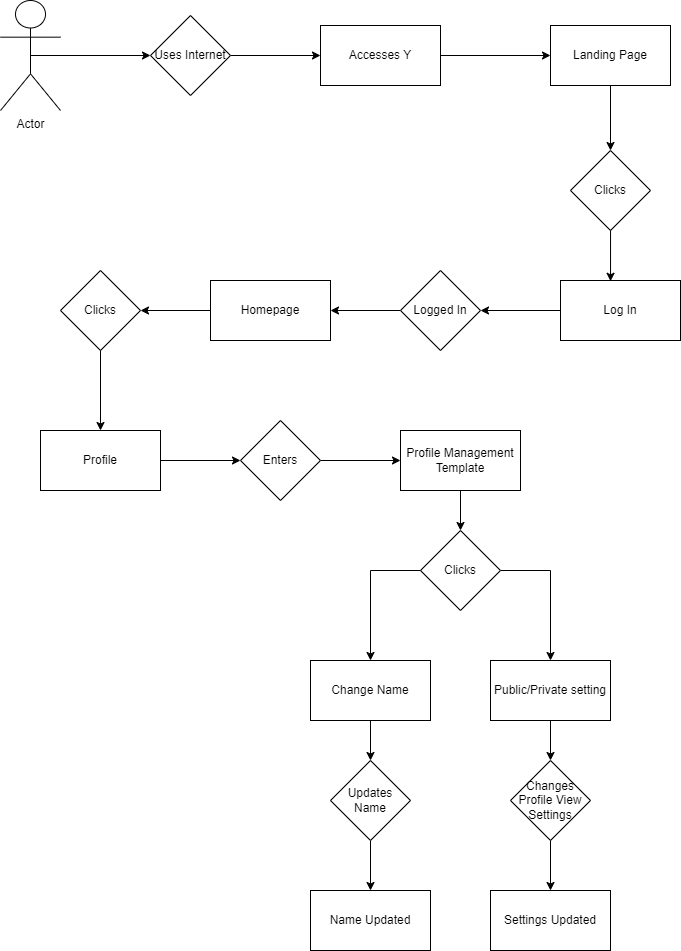
Before: Modeling/Use_Cases/Use_case_7_account_management.drawio.png, a diagram exported from draw.io (Tirian33/facebook_like). Source tidied: cells renumbered, new cells last; positions are measured from the earlier drawing's top-left corner, leaving out a move shared by most shapes.
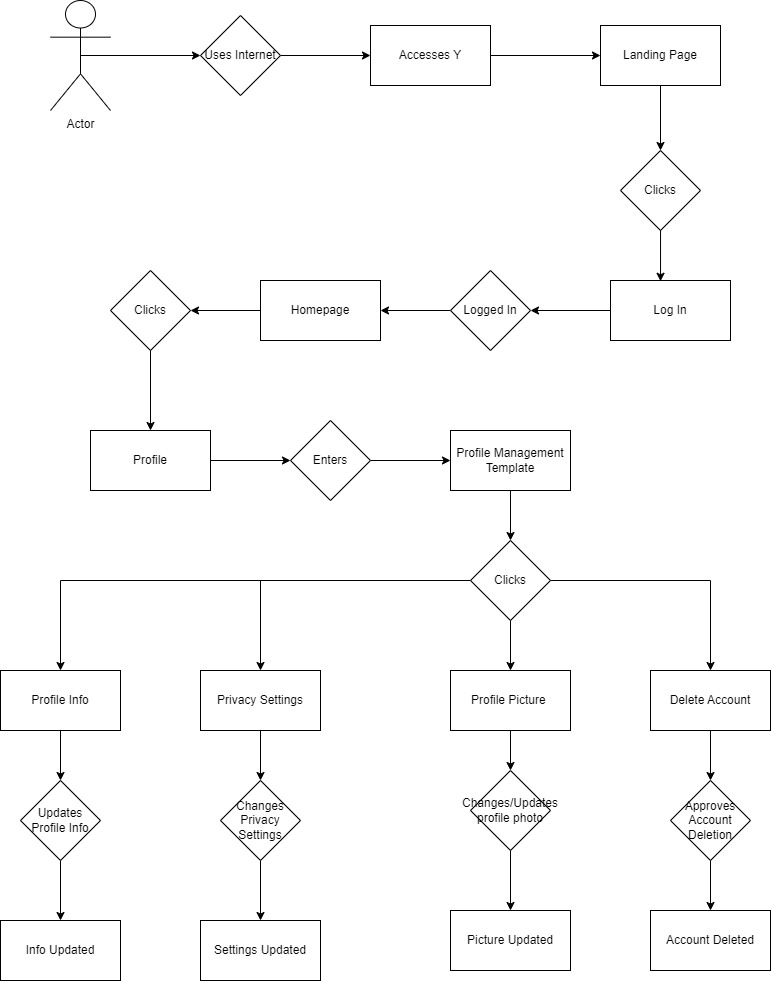
The same diagram one commit later.

Commit message:
Use case 7 updated

The edit, as a diff of the source:
```diff
@@ -74,52 +74,80 @@
     <mxCell id="25" value="Profile Management Template" style="rounded=0;whiteSpace=wrap;html=1;" parent="1" vertex="1">
       <mxGeometry x="400" y="430" width="120" height="60" as="geometry" />
     </mxCell>
-    <mxCell id="26" style="edgeStyle=orthogonalEdgeStyle;rounded=0;jettySize=auto;html=1;entryX=0.5;entryY=0;entryDx=0;entryDy=0;" parent="1" edge="1" source="28" target="32">
-      <mxGeometry relative="1" as="geometry">
-        <Array as="points">
-          <mxPoint x="370" y="570" />
-        </Array>
-      </mxGeometry>
+    <mxCell id="26" style="edgeStyle=orthogonalEdgeStyle;rounded=0;jettySize=auto;html=1;" parent="1" edge="1" source="28" target="32">
+      <mxGeometry relative="1" as="geometry" />
     </mxCell>
-    <mxCell id="27" style="edgeStyle=orthogonalEdgeStyle;rounded=0;jettySize=auto;html=1;" parent="1" edge="1" source="28" target="30">
-      <mxGeometry relative="1" as="geometry">
-        <Array as="points">
-          <mxPoint x="550" y="570" />
-        </Array>
-      </mxGeometry>
+    <mxCell id="27" style="edgeStyle=orthogonalEdgeStyle;rounded=0;jettySize=auto;html=1;entryX=0.5;entryY=0;entryDx=0;entryDy=0;" parent="1" edge="1" source="28" target="30">
+      <mxGeometry relative="1" as="geometry" />
     </mxCell>
+    <mxCell id="39" style="edgeStyle=orthogonalEdgeStyle;rounded=0;jettySize=auto;html=1;entryX=0.5;entryY=0;entryDx=0;entryDy=0;" parent="1" edge="1" source="28" target="47">
+      <mxGeometry relative="1" as="geometry" />
+    </mxCell>
+    <mxCell id="40" style="edgeStyle=orthogonalEdgeStyle;rounded=0;jettySize=auto;html=1;" parent="1" edge="1" source="28" target="42">
+      <mxGeometry relative="1" as="geometry" />
+    </mxCell>
     <mxCell id="28" value="Clicks" style="rhombus;whiteSpace=wrap;html=1;" parent="1" vertex="1">
-      <mxGeometry x="420" y="530" width="80" height="80" as="geometry" />
+      <mxGeometry x="420" y="540" width="80" height="80" as="geometry" />
     </mxCell>
     <mxCell id="29" style="edgeStyle=orthogonalEdgeStyle;rounded=0;jettySize=auto;html=1;entryX=0.5;entryY=0;entryDx=0;entryDy=0;" parent="1" edge="1" source="30" target="36">
       <mxGeometry relative="1" as="geometry" />
     </mxCell>
-    <mxCell id="30" value="Public/Private setting" style="rounded=0;whiteSpace=wrap;html=1;" parent="1" vertex="1">
-      <mxGeometry x="490" y="660" width="120" height="60" as="geometry" />
+    <mxCell id="30" value="Privacy Settings" style="rounded=0;whiteSpace=wrap;html=1;" parent="1" vertex="1">
+      <mxGeometry x="150" y="670" width="120" height="60" as="geometry" />
     </mxCell>
     <mxCell id="31" style="edgeStyle=orthogonalEdgeStyle;rounded=0;jettySize=auto;html=1;entryX=0.5;entryY=0;entryDx=0;entryDy=0;" parent="1" edge="1" source="32" target="34">
       <mxGeometry relative="1" as="geometry" />
     </mxCell>
-    <mxCell id="32" value="Change Name" style="rounded=0;whiteSpace=wrap;html=1;" parent="1" vertex="1">
-      <mxGeometry x="310" y="660" width="120" height="60" as="geometry" />
+    <mxCell id="32" value="Profile Info" style="rounded=0;whiteSpace=wrap;html=1;" parent="1" vertex="1">
+      <mxGeometry x="-50" y="670" width="120" height="60" as="geometry" />
     </mxCell>
     <mxCell id="33" style="edgeStyle=orthogonalEdgeStyle;rounded=0;jettySize=auto;html=1;entryX=0.5;entryY=0;entryDx=0;entryDy=0;" parent="1" edge="1" source="34" target="37">
       <mxGeometry relative="1" as="geometry" />
     </mxCell>
-    <mxCell id="34" value="Updates Name" style="rhombus;whiteSpace=wrap;html=1;" parent="1" vertex="1">
-      <mxGeometry x="330" y="760" width="80" height="80" as="geometry" />
+    <mxCell id="34" value="Updates Profile Info" style="rhombus;whiteSpace=wrap;html=1;" parent="1" vertex="1">
+      <mxGeometry x="-30" y="780" width="80" height="80" as="geometry" />
     </mxCell>
     <mxCell id="35" style="edgeStyle=orthogonalEdgeStyle;rounded=0;jettySize=auto;html=1;entryX=0.5;entryY=0;entryDx=0;entryDy=0;" parent="1" edge="1" source="36" target="38">
       <mxGeometry relative="1" as="geometry" />
     </mxCell>
-    <mxCell id="36" value="Changes Profile View Settings" style="rhombus;whiteSpace=wrap;html=1;" parent="1" vertex="1">
-      <mxGeometry x="510" y="760" width="80" height="80" as="geometry" />
+    <mxCell id="36" value="Changes Privacy Settings" style="rhombus;whiteSpace=wrap;html=1;" parent="1" vertex="1">
+      <mxGeometry x="170" y="780" width="80" height="80" as="geometry" />
     </mxCell>
-    <mxCell id="37" value="Name Updated" style="rounded=0;whiteSpace=wrap;html=1;" parent="1" vertex="1">
-      <mxGeometry x="310" y="890" width="120" height="60" as="geometry" />
+    <mxCell id="37" value="Info Updated" style="rounded=0;whiteSpace=wrap;html=1;" parent="1" vertex="1">
+      <mxGeometry x="-50" y="920" width="120" height="60" as="geometry" />
     </mxCell>
     <mxCell id="38" value="Settings Updated" style="rounded=0;whiteSpace=wrap;html=1;" parent="1" vertex="1">
-      <mxGeometry x="490" y="890" width="120" height="60" as="geometry" />
+      <mxGeometry x="150" y="920" width="120" height="60" as="geometry" />
     </mxCell>
+    <mxCell id="41" style="edgeStyle=orthogonalEdgeStyle;rounded=0;jettySize=auto;html=1;entryX=0.5;entryY=0;entryDx=0;entryDy=0;" parent="1" edge="1" source="42" target="44">
+      <mxGeometry relative="1" as="geometry" />
+    </mxCell>
+    <mxCell id="42" value="Profile Picture&amp;nbsp;" style="rounded=0;whiteSpace=wrap;html=1;" parent="1" vertex="1">
+      <mxGeometry x="400" y="670" width="120" height="60" as="geometry" />
+    </mxCell>
+    <mxCell id="43" style="edgeStyle=orthogonalEdgeStyle;rounded=0;jettySize=auto;html=1;entryX=0.5;entryY=0;entryDx=0;entryDy=0;" parent="1" edge="1" source="44" target="45">
+      <mxGeometry relative="1" as="geometry" />
+    </mxCell>
+    <mxCell id="44" value="Changes/Updates profile photo" style="rhombus;whiteSpace=wrap;html=1;" parent="1" vertex="1">
+      <mxGeometry x="420" y="770" width="80" height="80" as="geometry" />
+    </mxCell>
+    <mxCell id="45" value="Picture Updated" style="rounded=0;whiteSpace=wrap;html=1;" parent="1" vertex="1">
+      <mxGeometry x="400" y="910" width="120" height="60" as="geometry" />
+    </mxCell>
+    <mxCell id="46" style="edgeStyle=orthogonalEdgeStyle;rounded=0;jettySize=auto;html=1;entryX=0.5;entryY=0;entryDx=0;entryDy=0;" parent="1" edge="1" source="47" target="49">
+      <mxGeometry relative="1" as="geometry" />
+    </mxCell>
+    <mxCell id="47" value="Delete Account" style="rounded=0;whiteSpace=wrap;html=1;" parent="1" vertex="1">
+      <mxGeometry x="600" y="670" width="120" height="60" as="geometry" />
+    </mxCell>
+    <mxCell id="48" style="edgeStyle=orthogonalEdgeStyle;rounded=0;jettySize=auto;html=1;entryX=0.5;entryY=0;entryDx=0;entryDy=0;" parent="1" edge="1" source="49" target="50">
+      <mxGeometry relative="1" as="geometry" />
+    </mxCell>
+    <mxCell id="49" value="Approves Account Deletion" style="rhombus;whiteSpace=wrap;html=1;" parent="1" vertex="1">
+      <mxGeometry x="620" y="780" width="80" height="80" as="geometry" />
+    </mxCell>
+    <mxCell id="50" value="Account Deleted" style="rounded=0;whiteSpace=wrap;html=1;" parent="1" vertex="1">
+      <mxGeometry x="600" y="910" width="120" height="60" as="geometry" />
+    </mxCell>
   </root>
 </mxGraphModel>
```
